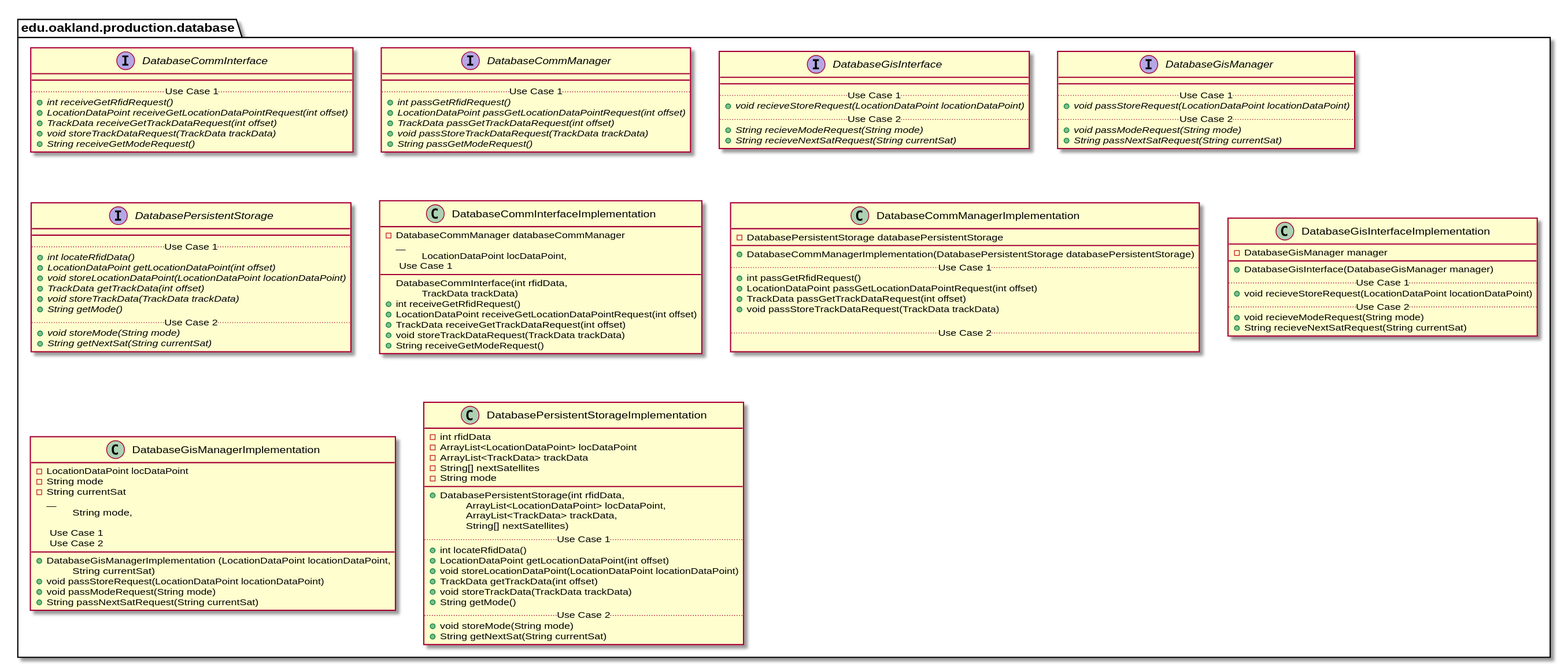
This is docs/uml-class-diagrams/database/production/DatabaseProductionPackage.svg from andrewdimmer/csi-3370-software-project, a PlantUML export, as it was before one commit.
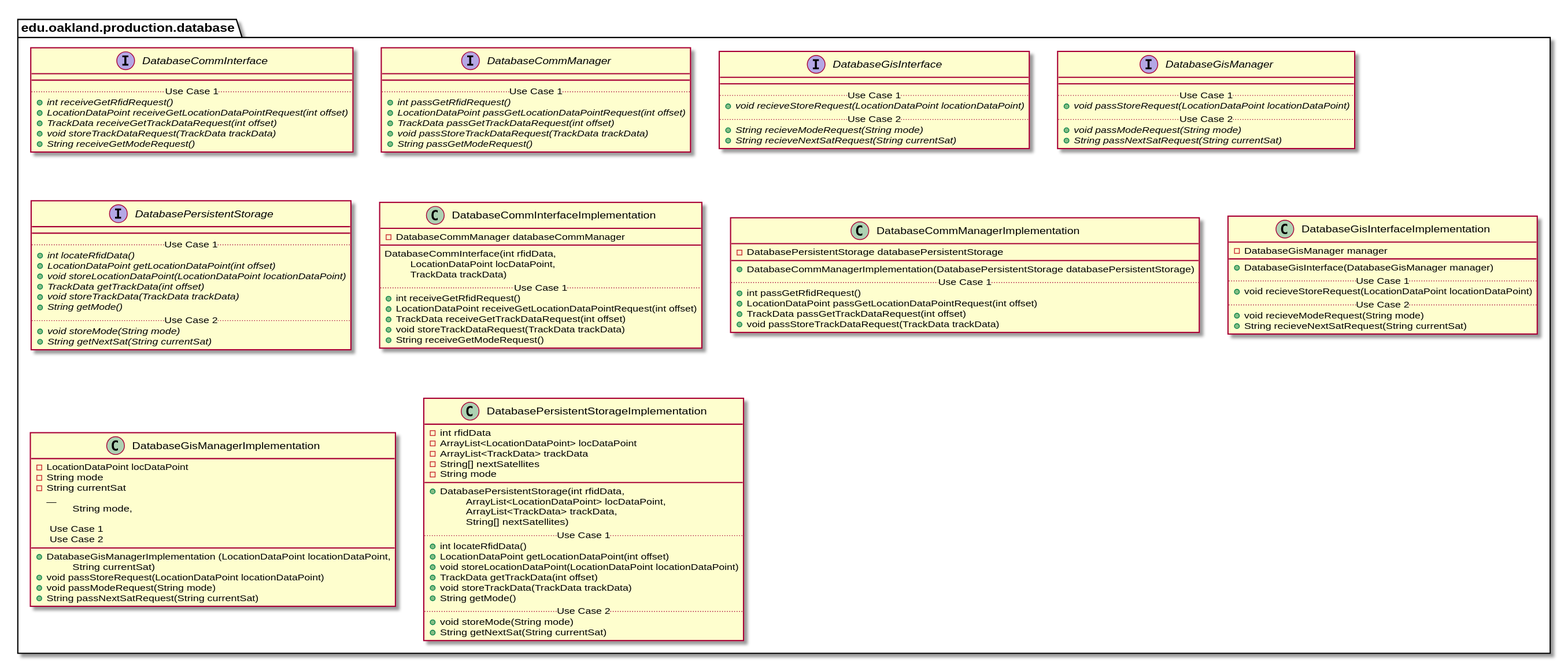
After the commit.

Change to the diagram source:
```diff
@@ -74,7 +74,7 @@
 
 package edu.oakland.production.database {
     class DatabaseCommInterfaceImplementation {
-      - DatabaseCommManager databaseCommManager
+        - DatabaseCommManager databaseCommManager
         __
         DatabaseCommInterface(int rfidData,
         \tLocationDataPoint locDataPoint,
@@ -99,9 +99,6 @@
         + LocationDataPoint passGetLocationDataPointRequest(int offset)
         + TrackData passGetTrackDataRequest(int offset)
         + void passStoreTrackDataRequest(TrackData trackData)
-
-        .. Use Case 2 ..
-
     }
 }
 
```
